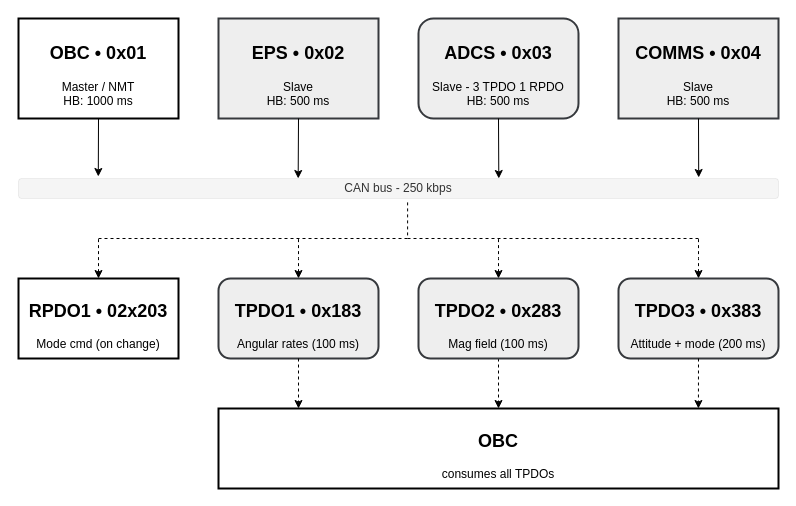
Before: page "CAN architecture" (5 of 7) of docs/subteams/adcs/ADCS_software_architecture.drawio in QSET-Sat/qset-doc, a draw.io diagram. Source tidied: cells renumbered, new cells numbered last; positions are measured from the earlier drawing's top-left corner, leaving out a move shared by most shapes. Both pictures are drawn from the tidied source at 100%, with x=0, y=0 at pixel (18, 18).
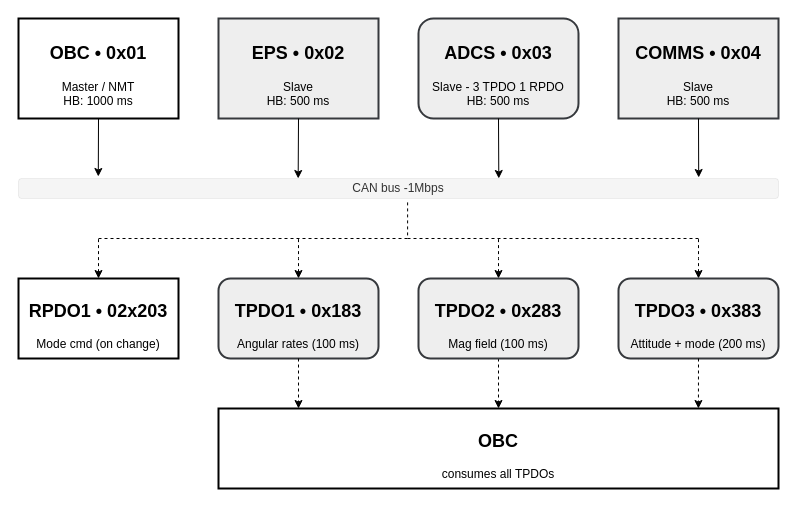
Above is the later version.

Change to the diagram source:
```diff
@@
-    <mxCell id="7" value="CAN bus - 250 kbps" style="rounded=1;whiteSpace=wrap;html=1;strokeWidth=0;fillColor=#f5f5f5;fontColor=#333333;strokeColor=#666666;" parent="1" vertex="1">
+    <mxCell id="7" value="CAN bus -1Mbps" style="rounded=1;whiteSpace=wrap;html=1;strokeWidth=0;fillColor=#f5f5f5;fontColor=#333333;strokeColor=#666666;" parent="1" vertex="1">
       <mxGeometry y="160" width="760" height="20" as="geometry" />
     </mxCell>
```
